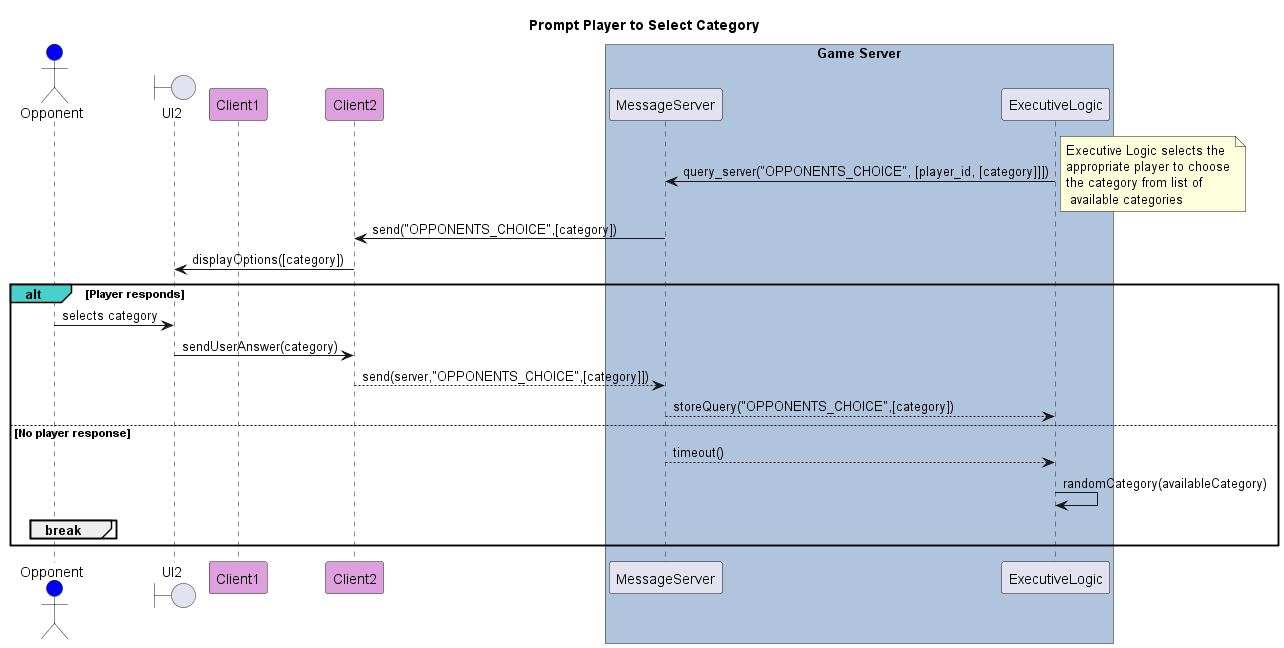
Before: out/diagrams/seq-diagram-Player-select-category/Prompt Player to Select Category.png, a diagram exported from PlantUML (poszy/def_spinit_project). Source of this version:
```plantuml
@startuml Prompt Player to Select Category
title Prompt Player to Select Category

skinparam sequenceReferenceBackgroundColor palegreen
skinparam sequenceReferenceHeaderBackgroundColor  mediumseagreen

actor Opponent as Player2 #blue
boundary    UI2

participant Client1 #Plum
participant Client2 #Plum

box "Game Server" #LightSteelBlue
participant MessageServer as Server
participant ExecutiveLogic

end box

    Server <- ExecutiveLogic: query_server("OPPONENTS_CHOICE", [player_id, [category]]])
    note right
    Executive Logic selects the
    appropriate player to choose
    the category from list of
     available categories
    end note

    Client2 <- Server: send("OPPONENTS_CHOICE",[category])

    UI2 <- Client2: displayOptions([category])

    alt#MediumTurquoise Player responds
        Player2 -> UI2: selects category
        UI2 -> Client2: sendUserAnswer(category)
        Client2 --> Server: send(server,"OPPONENTS_CHOICE",[category]])
    Server --> ExecutiveLogic: storeQuery("OPPONENTS_CHOICE",[category])

    else No player response
        Server --> ExecutiveLogic: timeout()
        ExecutiveLogic -> ExecutiveLogic: randomCategory(availableCategory)
        break
        end
    end

@enduml
```
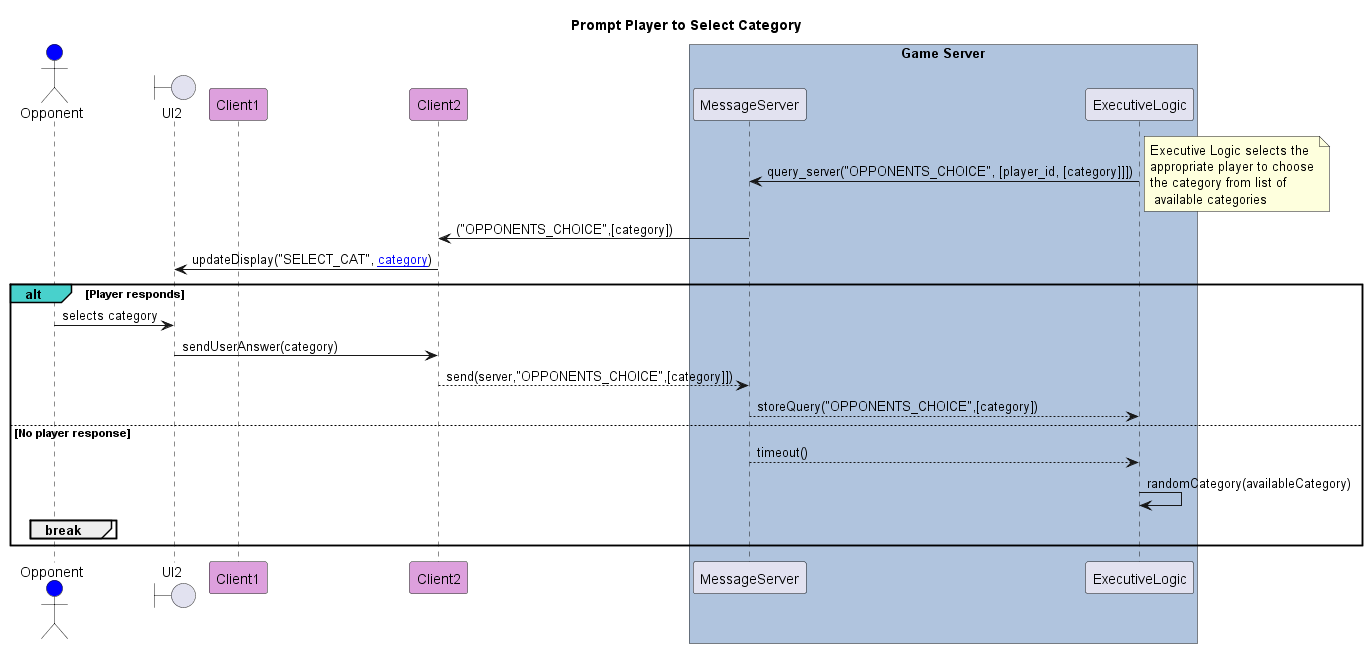
Above is the later version.

Diff of the diagram source:
```diff
@@ -24,9 +24,9 @@
      available categories
     end note
 
-    Client2 <- Server: send("OPPONENTS_CHOICE",[category])
+    Client2 <- Server: ("OPPONENTS_CHOICE",[category])
 
-    UI2 <- Client2: displayOptions([category])
+    UI2 <- Client2: updateDisplay("SELECT_CAT", [[category]])
 
     alt#MediumTurquoise Player responds
         Player2 -> UI2: selects category
```
